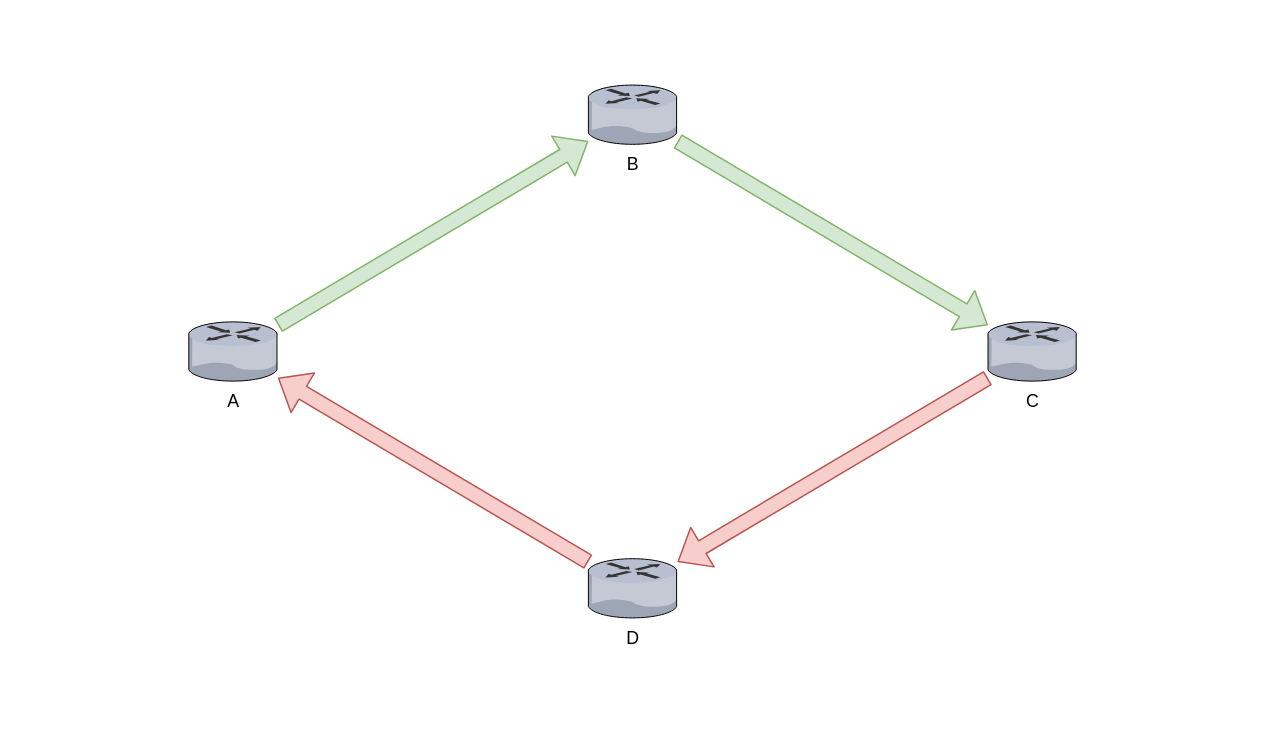
The draw.io diagram ressources/draw.io Files/StatischesRouting.drawio in Bonk-Army/Netzwerktechnik, before the edit. Source tidied: cells renumbered, new cells numbered last; positions are measured from the earlier drawing's top-left corner, leaving out a move shared by most shapes. Both pictures are drawn from the tidied source at 148%, with x=0, y=0 at pixel (188, 84). Pictures stored in the file or linked from it are replaced by grey dashed boxes.
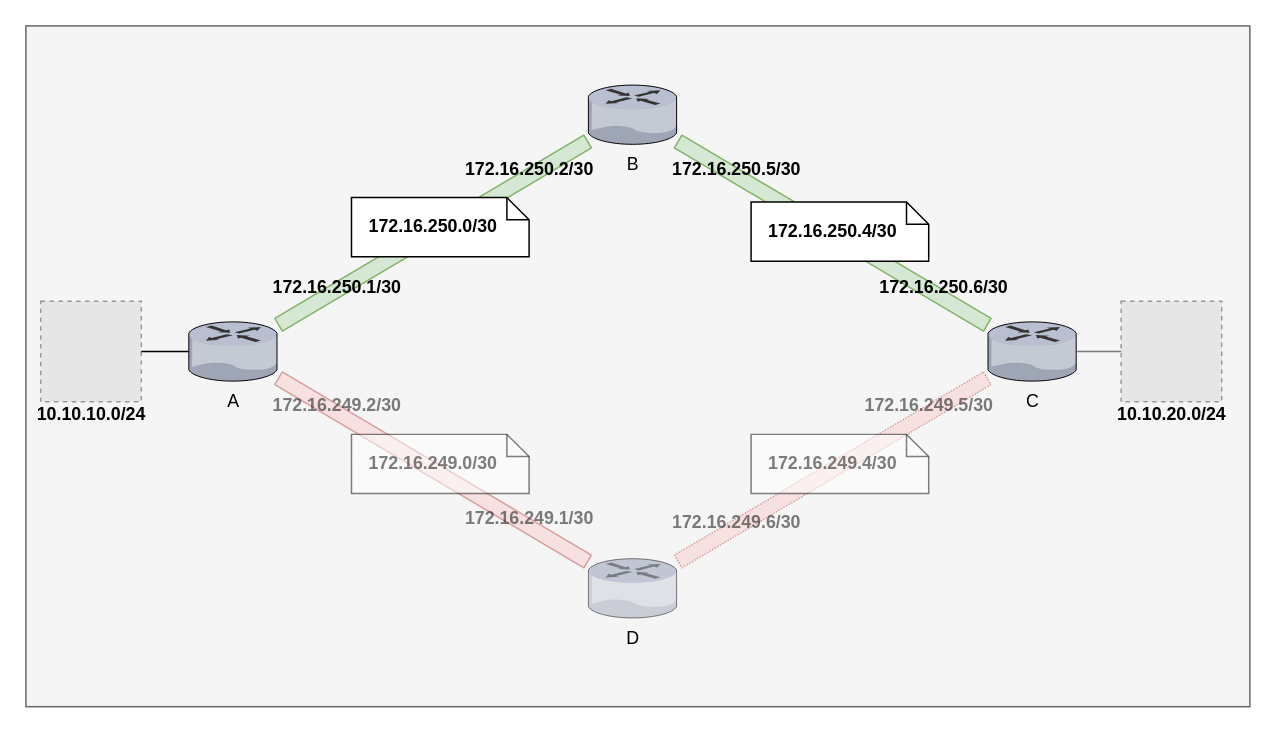
The same page after the edit.

Commit message (it also covers changes not shown here):
:sparkles: Added Pictures for Static Routing Thanks to @henningxtro

Unchanged cells that the change refers to:
```xml
<mxCell id="2" value="A" style="verticalLabelPosition=bottom;html=1;verticalAlign=top;strokeColor=none;align=center;outlineConnect=0;shape=mxgraph.citrix.router;" parent="1" vertex="1">
  <mxGeometry y="160" width="60.3" height="40" as="geometry" />
</mxCell>
<mxCell id="3" value="B" style="verticalLabelPosition=bottom;html=1;verticalAlign=top;strokeColor=none;align=center;outlineConnect=0;shape=mxgraph.citrix.router;" parent="1" vertex="1">
  <mxGeometry x="270" width="60.3" height="40" as="geometry" />
</mxCell>
<mxCell id="4" value="C" style="verticalLabelPosition=bottom;html=1;verticalAlign=top;strokeColor=none;align=center;outlineConnect=0;shape=mxgraph.citrix.router;" parent="1" vertex="1">
  <mxGeometry x="540" y="160" width="60.3" height="40" as="geometry" />
</mxCell>
```

Change to the diagram source:
```diff
@@
+    <mxCell id="10" style="whiteSpace=wrap;html=1;fillColor=#f5f5f5;strokeColor=#666666;fontColor=#333333;" parent="1" vertex="1">
+      <mxGeometry x="-110" y="-40" width="827" height="460" as="geometry" />
+    </mxCell>
@@
-    <mxCell id="5" value="D" style="verticalLabelPosition=bottom;html=1;verticalAlign=top;strokeColor=none;align=center;outlineConnect=0;shape=mxgraph.citrix.router;" parent="1" vertex="1">
+    <mxCell id="5" value="D" style="verticalLabelPosition=bottom;html=1;verticalAlign=top;strokeColor=none;align=center;outlineConnect=0;shape=mxgraph.citrix.router;opacity=50;" parent="1" vertex="1">
       <mxGeometry x="270" y="320" width="60.3" height="40" as="geometry" />
     </mxCell>
-    <mxCell id="6" style="shape=flexArrow;endArrow=classic;html=1;fillColor=#d5e8d4;strokeColor=#82b366;" parent="1" edge="1" source="2" target="3">
+    <mxCell id="6" style="shape=flexArrow;endArrow=none;html=1;fillColor=#d5e8d4;strokeColor=#82b366;endFill=0;" parent="1" edge="1" source="2" target="3">
       <mxGeometry relative="1" as="geometry" />
     </mxCell>
-    <mxCell id="7" style="shape=flexArrow;endArrow=classic;html=1;fillColor=#d5e8d4;strokeColor=#82b366;" parent="1" edge="1" source="3" target="4">
+    <mxCell id="7" style="shape=flexArrow;endArrow=none;html=1;fillColor=#d5e8d4;strokeColor=#82b366;endFill=0;" parent="1" edge="1" source="3" target="4">
       <mxGeometry relative="1" as="geometry" />
     </mxCell>
-    <mxCell id="8" style="shape=flexArrow;endArrow=classic;html=1;fillColor=#f8cecc;strokeColor=#b85450;" parent="1" edge="1" source="4" target="5">
+    <mxCell id="8" style="shape=flexArrow;endArrow=none;html=1;fillColor=#f8cecc;strokeColor=#b85450;dashed=1;dashPattern=1 1;endFill=0;opacity=50;" parent="1" edge="1" source="4" target="5">
       <mxGeometry relative="1" as="geometry" />
     </mxCell>
-    <mxCell id="9" style="shape=flexArrow;endArrow=classic;html=1;fillColor=#f8cecc;strokeColor=#b85450;" parent="1" edge="1" source="5" target="2">
+    <mxCell id="9" style="shape=flexArrow;endArrow=none;html=1;fillColor=#f8cecc;strokeColor=#b85450;endFill=0;opacity=50;" parent="1" edge="1" source="5" target="2">
       <mxGeometry relative="1" as="geometry" />
     </mxCell>
+    <mxCell id="11" style="fillColor=#E6E6E6;strokeColor=#999999;dashed=1;html=1;verticalAlign=top;verticalLabelPosition=bottom;labelBackgroundColor=#ffffff;" parent="1" vertex="1">
+      <mxGeometry x="-100" y="146" width="68" height="68" as="geometry" />
+    </mxCell>
+    <mxCell id="12" style="endArrow=none;html=1;" parent="1" edge="1" source="11" target="2">
+      <mxGeometry relative="1" as="geometry" />
+    </mxCell>
+    <mxCell id="13" style="fillColor=#E6E6E6;strokeColor=#999999;dashed=1;html=1;verticalAlign=top;verticalLabelPosition=bottom;labelBackgroundColor=#ffffff;" parent="1" vertex="1">
+      <mxGeometry x="630" y="146" width="68" height="68" as="geometry" />
+    </mxCell>
+    <mxCell id="14" style="endArrow=none;html=1;opacity=50;" parent="1" edge="1" source="4" target="13">
+      <mxGeometry relative="1" as="geometry" />
+    </mxCell>
+    <mxCell id="15" value="&lt;font style=&quot;font-size: 12px&quot;&gt;10.10.10.0/24&lt;/font&gt;" style="text;strokeColor=none;fillColor=none;html=1;fontSize=24;fontStyle=1;verticalAlign=middle;align=center;opacity=50;" parent="1" vertex="1">
+      <mxGeometry x="-106" y="196" width="80" height="46" as="geometry" />
+    </mxCell>
+    <mxCell id="16" value="&lt;font style=&quot;font-size: 12px&quot;&gt;10.10.20.0/24&lt;/font&gt;" style="text;strokeColor=none;fillColor=none;html=1;fontSize=24;fontStyle=1;verticalAlign=middle;align=center;opacity=50;" parent="1" vertex="1">
+      <mxGeometry x="624" y="196" width="80" height="46" as="geometry" />
+    </mxCell>
+    <mxCell id="17" value="&lt;span style=&quot;font-weight: 700 ; text-align: center&quot;&gt;172.16.250.0/30&lt;/span&gt;" style="shape=note;size=15;align=left;spacingLeft=10;html=1;whiteSpace=wrap;" parent="1" vertex="1">
+      <mxGeometry x="110" y="76" width="120" height="40" as="geometry" />
+    </mxCell>
+    <mxCell id="18" value="&lt;span style=&quot;font-size: 12px&quot;&gt;172.16.250.1/30&lt;/span&gt;" style="text;strokeColor=none;fillColor=none;html=1;fontSize=24;fontStyle=1;verticalAlign=middle;align=center;opacity=50;" parent="1" vertex="1">
+      <mxGeometry x="60.3" y="110" width="80" height="46" as="geometry" />
+    </mxCell>
+    <mxCell id="19" value="&lt;span style=&quot;font-size: 12px&quot;&gt;172.16.250.2/30&lt;/span&gt;" style="text;strokeColor=none;fillColor=none;html=1;fontSize=24;fontStyle=1;verticalAlign=middle;align=center;opacity=50;" parent="1" vertex="1">
+      <mxGeometry x="190" y="30" width="80" height="46" as="geometry" />
+    </mxCell>
+    <mxCell id="20" value="&lt;span style=&quot;font-weight: 700 ; text-align: center&quot;&gt;172.16.250.4/30&lt;/span&gt;" style="shape=note;size=15;align=left;spacingLeft=10;html=1;whiteSpace=wrap;" parent="1" vertex="1">
+      <mxGeometry x="380" y="79" width="120" height="40" as="geometry" />
+    </mxCell>
+    <mxCell id="21" value="&lt;span style=&quot;font-size: 12px&quot;&gt;172.16.250.6/30&lt;/span&gt;" style="text;strokeColor=none;fillColor=none;html=1;fontSize=24;fontStyle=1;verticalAlign=middle;align=center;opacity=50;" parent="1" vertex="1">
+      <mxGeometry x="470" y="110" width="80" height="46" as="geometry" />
+    </mxCell>
+    <mxCell id="22" value="&lt;span style=&quot;font-size: 12px&quot;&gt;172.16.250.5/30&lt;/span&gt;" style="text;strokeColor=none;fillColor=none;html=1;fontSize=24;fontStyle=1;verticalAlign=middle;align=center;opacity=50;" parent="1" vertex="1">
+      <mxGeometry x="330.3" y="30" width="80" height="46" as="geometry" />
+    </mxCell>
+    <mxCell id="23" value="&lt;span style=&quot;font-weight: 700 ; text-align: center&quot;&gt;172.16.249.0/30&lt;/span&gt;" style="shape=note;size=15;align=left;spacingLeft=10;html=1;whiteSpace=wrap;textOpacity=50;opacity=50;" parent="1" vertex="1">
+      <mxGeometry x="110" y="236" width="120" height="40" as="geometry" />
+    </mxCell>
+    <mxCell id="24" value="&lt;span style=&quot;font-size: 12px&quot;&gt;172.16.249.1/30&lt;/span&gt;" style="text;strokeColor=none;fillColor=none;html=1;fontSize=24;fontStyle=1;verticalAlign=middle;align=center;opacity=50;textOpacity=50;" parent="1" vertex="1">
+      <mxGeometry x="190" y="266" width="80" height="46" as="geometry" />
+    </mxCell>
+    <mxCell id="25" value="&lt;span style=&quot;font-size: 12px&quot;&gt;172.16.249.2/30&lt;/span&gt;" style="text;strokeColor=none;fillColor=none;html=1;fontSize=24;fontStyle=1;verticalAlign=middle;align=center;opacity=50;textOpacity=50;" parent="1" vertex="1">
+      <mxGeometry x="60.3" y="190" width="80" height="46" as="geometry" />
+    </mxCell>
+    <mxCell id="26" value="&lt;span style=&quot;font-weight: 700 ; text-align: center&quot;&gt;172.16.249.4/30&lt;/span&gt;" style="shape=note;size=15;align=left;spacingLeft=10;html=1;whiteSpace=wrap;opacity=50;textOpacity=50;" parent="1" vertex="1">
+      <mxGeometry x="380" y="236" width="120" height="40" as="geometry" />
+    </mxCell>
+    <mxCell id="27" value="&lt;span style=&quot;font-size: 12px&quot;&gt;172.16.249.6/30&lt;/span&gt;" style="text;strokeColor=none;fillColor=none;html=1;fontSize=24;fontStyle=1;verticalAlign=middle;align=center;opacity=50;textOpacity=50;" parent="1" vertex="1">
+      <mxGeometry x="330.3" y="269" width="80" height="46" as="geometry" />
+    </mxCell>
+    <mxCell id="28" value="&lt;span style=&quot;font-size: 12px&quot;&gt;172.16.249.5/30&lt;/span&gt;" style="text;strokeColor=none;fillColor=none;html=1;fontSize=24;fontStyle=1;verticalAlign=middle;align=center;opacity=50;textOpacity=50;" parent="1" vertex="1">
+      <mxGeometry x="460" y="190" width="80" height="46" as="geometry" />
+    </mxCell>
```
